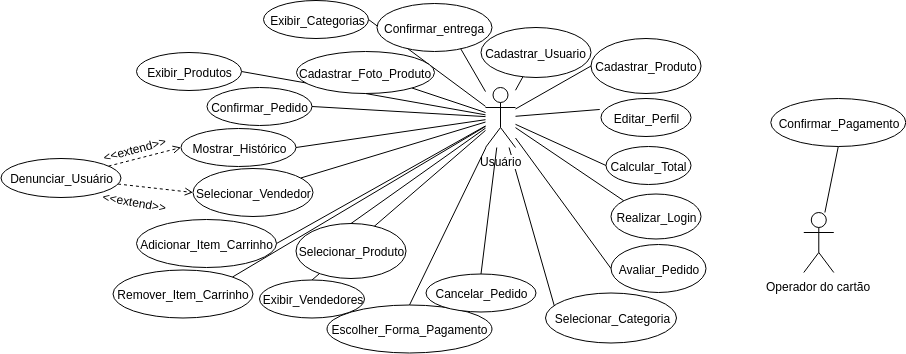
Above: img/diagramas/Diagrama_Caso_De_Uso.png in ViniPessoa8/Jorjan (draw.io), before the change. Source tidied: cells renumbered, new cells last; positions are measured from the earlier drawing's top-left corner, leaving out a move shared by most shapes.
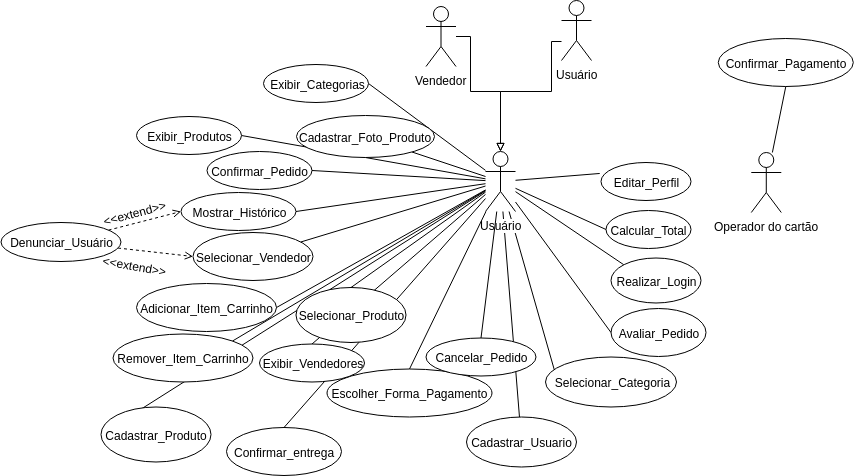
Later version of the same file.

Commit message:
fix: herança diagrama de caso de uso

Diff of the diagram source:
```diff
@@ -44,13 +44,13 @@
       <mxGeometry relative="1" as="geometry" />
     </mxCell>
     <mxCell id="15" value="Operador do cartão" style="shape=umlActor;verticalLabelPosition=bottom;labelBackgroundColor=#ffffff;verticalAlign=top;html=1;" parent="1" vertex="1">
-      <mxGeometry x="803.3" y="212" width="30" height="60" as="geometry" />
+      <mxGeometry x="750.8" y="88" width="30" height="60" as="geometry" />
     </mxCell>
     <mxCell id="16" value="Cadastrar_Usuario" style="ellipse;whiteSpace=wrap;html=1;" parent="1" vertex="1">
-      <mxGeometry x="480.5" y="27" width="110" height="50" as="geometry" />
+      <mxGeometry x="466" y="352.5" width="110" height="50" as="geometry" />
     </mxCell>
     <mxCell id="17" value="Cadastrar_Produto" style="ellipse;whiteSpace=wrap;html=1;" parent="1" vertex="1">
-      <mxGeometry x="590.5" y="38" width="110" height="55" as="geometry" />
+      <mxGeometry x="100.5" y="342.5" width="110" height="55" as="geometry" />
     </mxCell>
     <mxCell id="18" value="Selecionar_Categoria" style="ellipse;whiteSpace=wrap;html=1;" parent="1" vertex="1">
       <mxGeometry x="545" y="292.5" width="131" height="50" as="geometry" />
@@ -77,10 +77,10 @@
       <mxGeometry x="326.5" y="304.5" width="165" height="48" as="geometry" />
     </mxCell>
     <mxCell id="26" value="Confirmar_Pagamento" style="ellipse;whiteSpace=wrap;html=1;" parent="1" vertex="1">
-      <mxGeometry x="770.3" y="98" width="135" height="48" as="geometry" />
+      <mxGeometry x="717.8" y="-26" width="135" height="48" as="geometry" />
     </mxCell>
     <mxCell id="27" value="Confirmar_entrega" style="ellipse;whiteSpace=wrap;html=1;" parent="1" vertex="1">
-      <mxGeometry x="376.5" y="3" width="115" height="48" as="geometry" />
+      <mxGeometry x="226" y="363" width="115" height="48" as="geometry" />
     </mxCell>
     <mxCell id="28" value="Avaliar_Pedido" style="ellipse;whiteSpace=wrap;html=1;" parent="1" vertex="1">
       <mxGeometry x="610.5" y="244" width="95" height="48" as="geometry" />
@@ -151,5 +151,28 @@
     <mxCell id="50" value="Exibir_Vendedores" style="ellipse;whiteSpace=wrap;html=1;" parent="1" vertex="1">
       <mxGeometry x="259" y="279.5" width="105" height="38" as="geometry" />
     </mxCell>
+    <mxCell id="51" style="edgeStyle=orthogonalEdgeStyle;rounded=0;jettySize=auto;html=1;entryX=0.5;entryY=0;entryDx=0;entryDy=0;entryPerimeter=0;endArrow=block;endFill=0;" parent="1" edge="1" source="52" target="13">
+      <mxGeometry relative="1" as="geometry">
+        <Array as="points">
+          <mxPoint x="470" y="27" />
+          <mxPoint x="500" y="27" />
+        </Array>
+      </mxGeometry>
+    </mxCell>
+    <mxCell id="52" value="Vendedor&lt;br&gt;" style="shape=umlActor;verticalLabelPosition=bottom;labelBackgroundColor=#ffffff;verticalAlign=top;html=1;outlineConnect=0;" parent="1" vertex="1">
+      <mxGeometry x="425.5" y="-58" width="30" height="60" as="geometry" />
+    </mxCell>
+    <mxCell id="53" style="edgeStyle=orthogonalEdgeStyle;rounded=0;jettySize=auto;html=1;entryX=0.5;entryY=0;entryDx=0;entryDy=0;entryPerimeter=0;endArrow=block;endFill=0;" parent="1" edge="1" source="54" target="13">
+      <mxGeometry relative="1" as="geometry">
+        <Array as="points">
+          <mxPoint x="551" y="-23" />
+          <mxPoint x="551" y="27" />
+          <mxPoint x="500" y="27" />
+        </Array>
+      </mxGeometry>
+    </mxCell>
+    <mxCell id="54" value="Usuário" style="shape=umlActor;verticalLabelPosition=bottom;labelBackgroundColor=#ffffff;verticalAlign=top;html=1;outlineConnect=0;" parent="1" vertex="1">
+      <mxGeometry x="561" y="-64" width="30" height="60" as="geometry" />
+    </mxCell>
   </root>
 </mxGraphModel>
```
